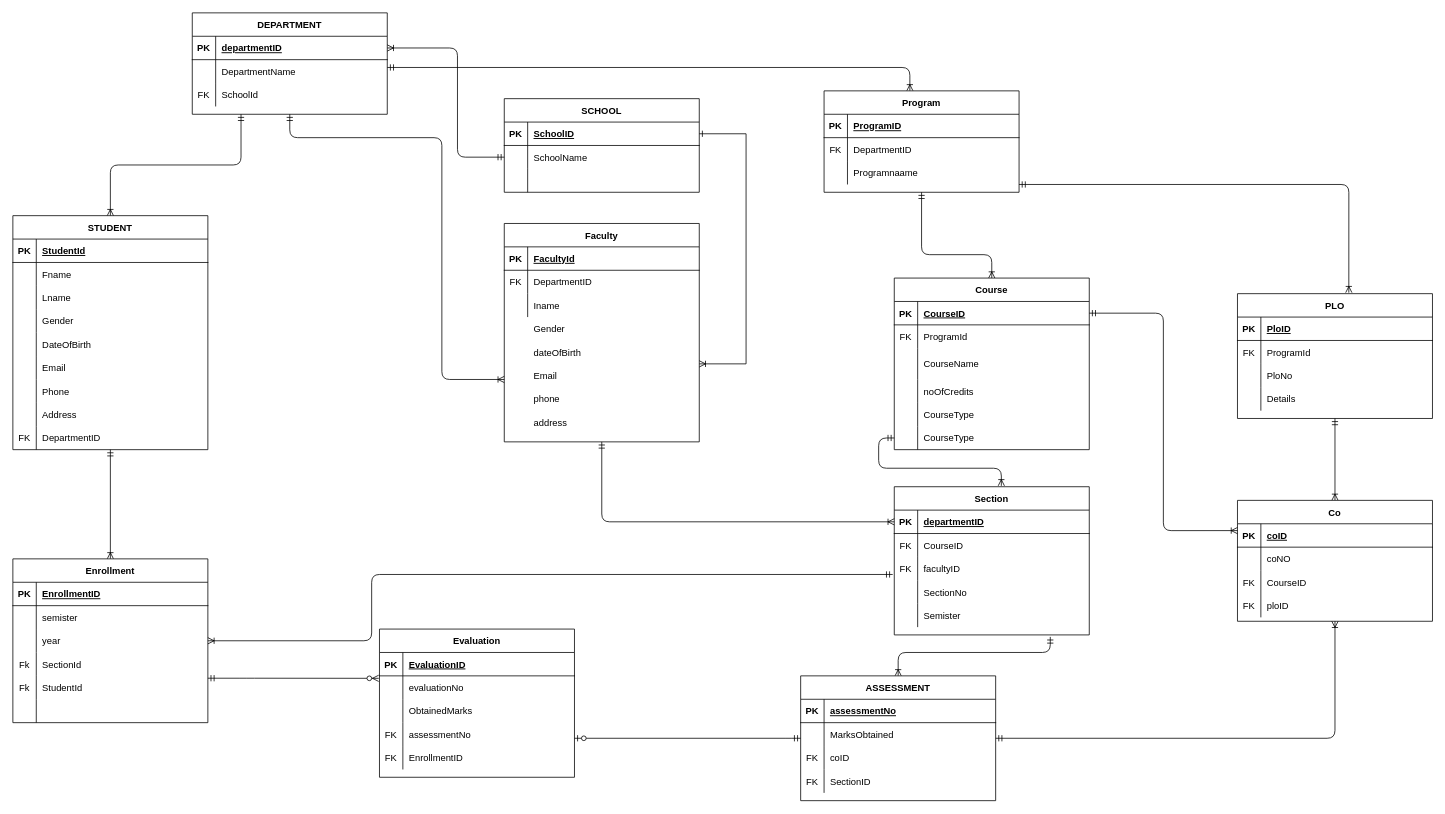
saditahmid/SPM_Advanced keeps this draw.io diagram as Report work/Temp Resources/Source/ERD v1.drawio. Above is the earlier version. Source tidied: cells renumbered, new cells numbered last; positions are measured from the earlier drawing's top-left corner, leaving out a move shared by most shapes. Both pictures are drawn from the tidied source at 78%, with x=0, y=0 at pixel (12, 12).
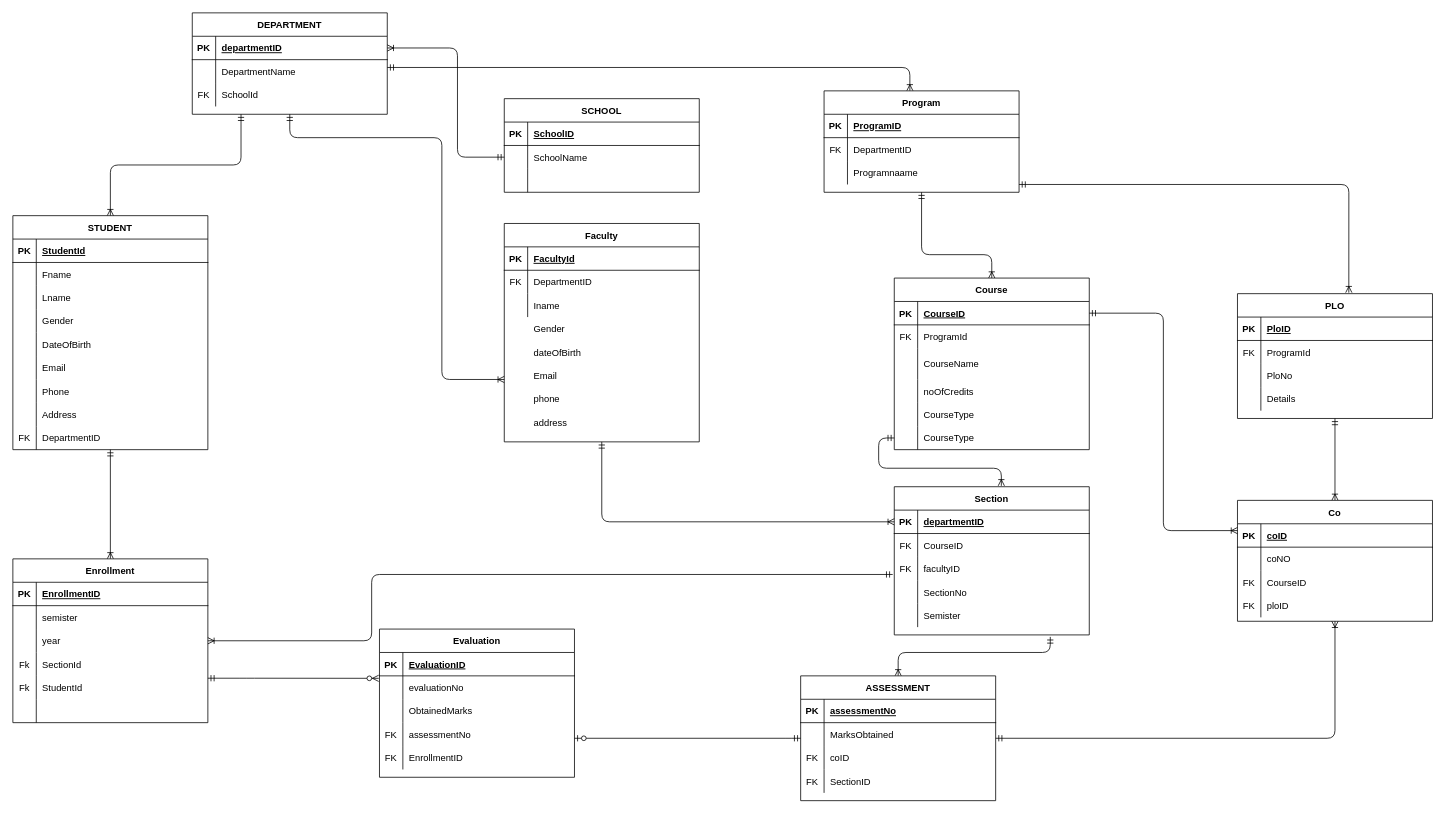
After the change.

Unchanged cells that the change refers to:
```xml
<mxCell id="4" style="shape=partialRectangle;fillColor=none;points=[[0,0.5],[1,0.5]];portConstraint=eastwest;top=0;left=0;right=0;bottom=1;" parent="3" vertex="1">
  <mxGeometry y="30" width="250" height="30" as="geometry" />
</mxCell>
```

The edit, as a diff of the source:
```diff
@@
-    <mxCell id="200" style="edgeStyle=orthogonalEdgeStyle;rounded=0;jettySize=auto;html=1;endArrow=ERoneToMany;endFill=0;startArrow=ERone;startFill=0;" parent="1" edge="1" source="4">
-      <mxGeometry relative="1" as="geometry">
-        <mxPoint x="880" y="450" as="targetPoint" />
-        <Array as="points">
-          <mxPoint x="940" y="155" />
-          <mxPoint x="940" y="450" />
-        </Array>
-      </mxGeometry>
-    </mxCell>
```
